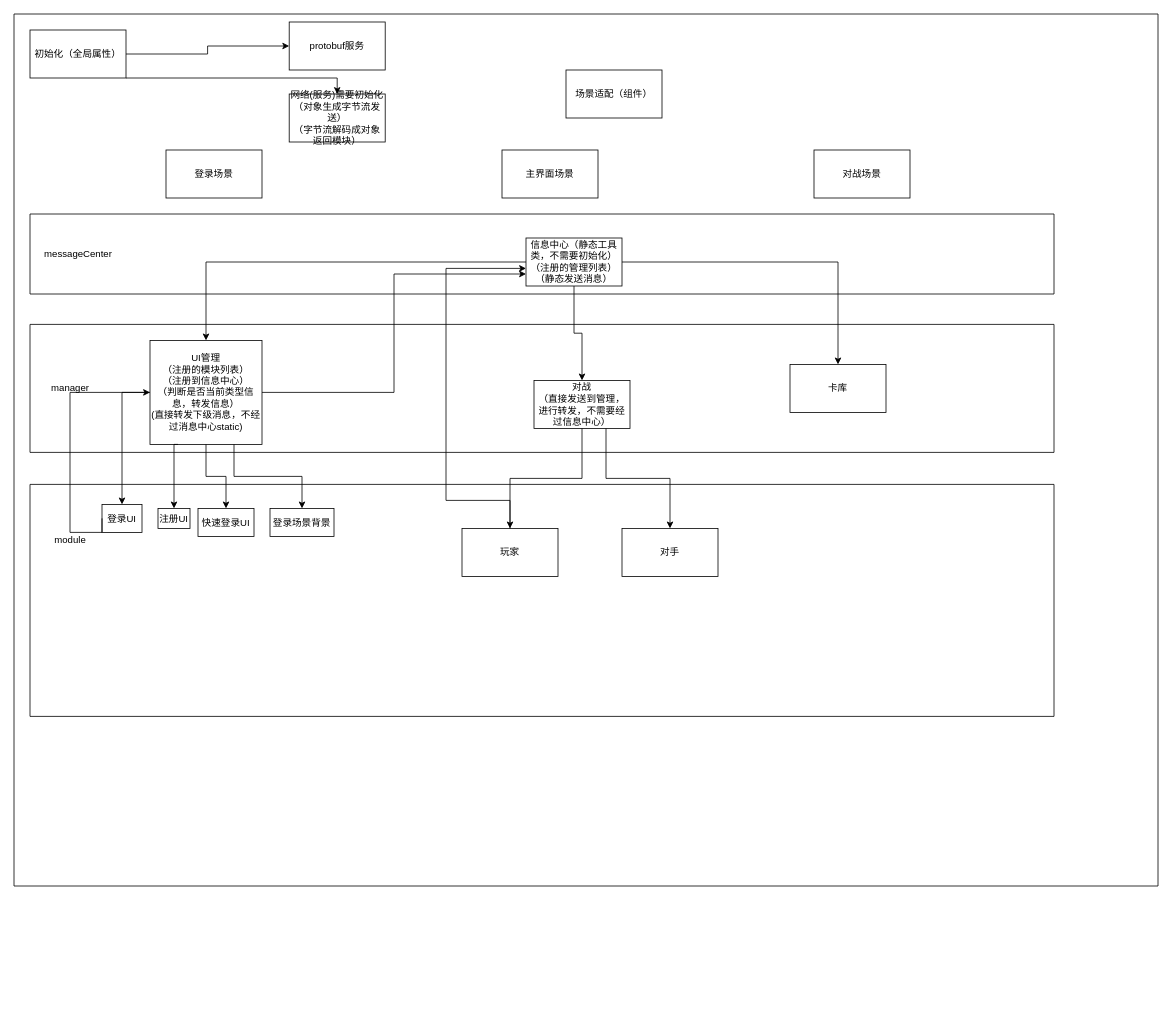
The draw.io diagram page "整体框架" (4 of 4) of Untitled Diagram.drawio in 605682883/flowPhoto, before the edit. Source tidied: cells renumbered, new cells numbered last; positions are measured from the earlier drawing's top-left corner, leaving out a move shared by most shapes. Both pictures are drawn from the tidied source at 80%, with x=0, y=0 at pixel (14, 14).
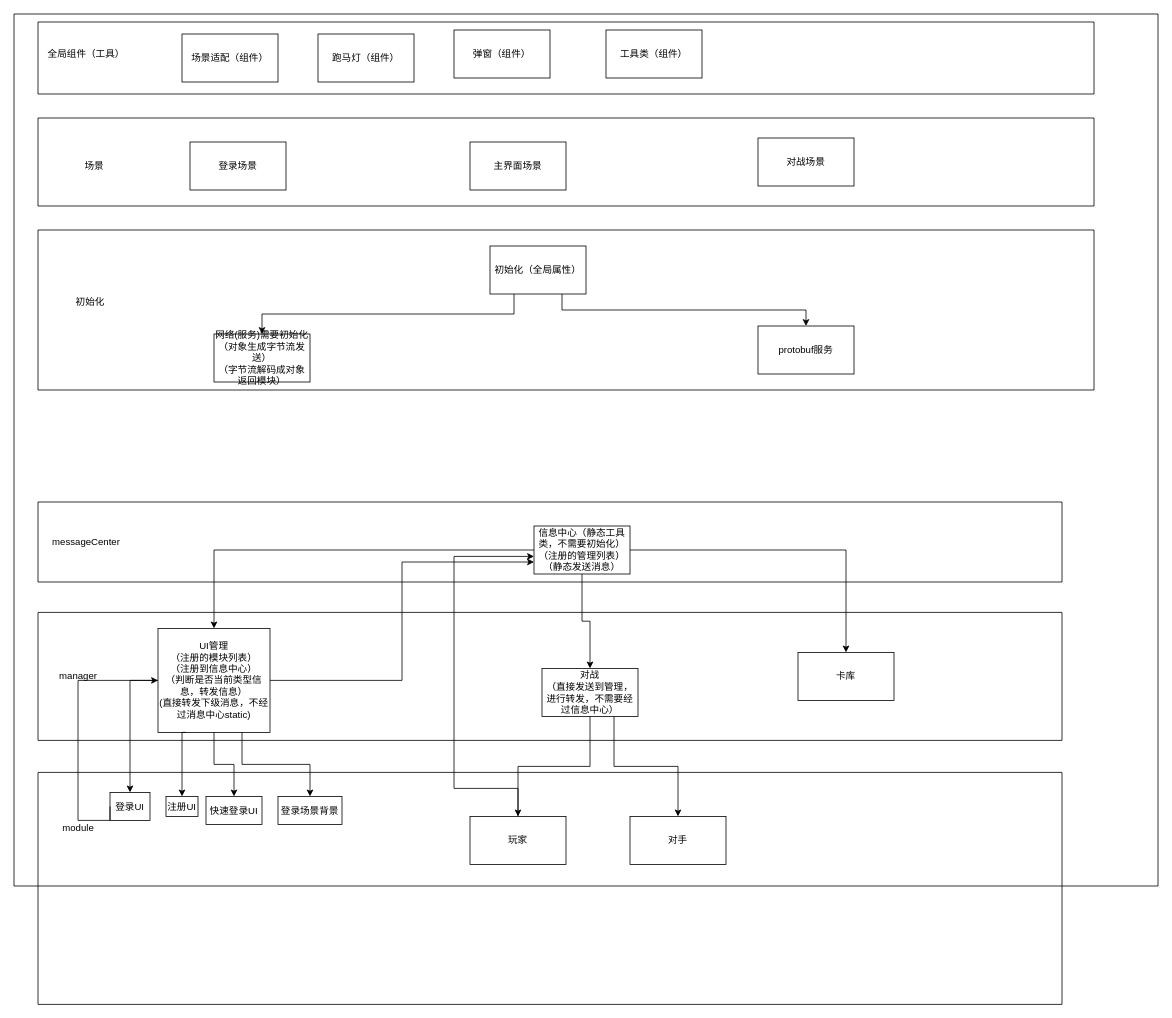
Above is the later version.

Unchanged cells that the change refers to:
```xml
<mxCell id="2" style="swimlane;startSize=0;" parent="1" vertex="1">
  <mxGeometry width="1430" height="1090" as="geometry" />
</mxCell>
<mxCell id="15" value="信息中心（静态工具类，不需要初始化）&lt;br&gt;（注册的管理列表）&lt;br&gt;（静态发送消息）" style="rounded=0;whiteSpace=wrap;html=1;" parent="14" vertex="1">
  <mxGeometry x="620" y="30" width="120" height="60" as="geometry" />
</mxCell>
<mxCell id="19" value="UI管理&lt;br&gt;（注册的模块列表）&lt;br&gt;（注册到信息中心）&lt;br&gt;（判断是否当前类型信息，转发信息）&lt;br&gt;(直接转发下级消息，不经过消息中心static)" style="rounded=0;whiteSpace=wrap;html=1;" parent="18" vertex="1">
  <mxGeometry x="150" y="20" width="140" height="130" as="geometry" />
</mxCell>
<mxCell id="30" value="登录UI" style="rounded=0;whiteSpace=wrap;html=1;" parent="29" vertex="1">
  <mxGeometry x="90" y="25" width="50" height="35" as="geometry" />
</mxCell>
<mxCell id="31" value="注册UI" style="rounded=0;whiteSpace=wrap;html=1;" parent="29" vertex="1">
  <mxGeometry x="160" y="30" width="40" height="25" as="geometry" />
</mxCell>
```

What changed in the source:
```diff
@@
-    <mxCell id="3" value="初始化（全局属性）" style="whiteSpace=wrap;html=1;" parent="2" vertex="1">
-      <mxGeometry x="20" y="20" width="120" height="60" as="geometry" />
-    </mxCell>
     <mxCell id="4" value="玩家" style="rounded=0;whiteSpace=wrap;html=1;" parent="2" vertex="1">
-      <mxGeometry x="560" y="643" width="120" height="60" as="geometry" />
+      <mxGeometry x="570" y="1003" width="120" height="60" as="geometry" />
     </mxCell>
     <mxCell id="5" value="对手" style="rounded=0;whiteSpace=wrap;html=1;" parent="2" vertex="1">
-      <mxGeometry x="760" y="643" width="120" height="60" as="geometry" />
+      <mxGeometry x="770" y="1003" width="120" height="60" as="geometry" />
     </mxCell>
-    <mxCell id="6" value="登录场景" style="rounded=0;whiteSpace=wrap;html=1;" parent="2" vertex="1">
-      <mxGeometry x="190" y="170" width="120" height="60" as="geometry" />
-    </mxCell>
-    <mxCell id="7" value="对战场景" style="rounded=0;whiteSpace=wrap;html=1;" parent="2" vertex="1">
-      <mxGeometry x="1000" y="170" width="120" height="60" as="geometry" />
-    </mxCell>
-    <mxCell id="8" value="主界面场景" style="rounded=0;whiteSpace=wrap;html=1;" parent="2" vertex="1">
-      <mxGeometry x="610" y="170" width="120" height="60" as="geometry" />
-    </mxCell>
-    <mxCell id="9" value="网络(服务)需要初始化&lt;br&gt;（对象生成字节流发送）&lt;br&gt;（字节流解码成对象返回模块）" style="rounded=0;whiteSpace=wrap;html=1;" parent="2" vertex="1">
-      <mxGeometry x="344" y="100" width="120" height="60" as="geometry" />
-    </mxCell>
-    <mxCell id="10" style="edgeStyle=orthogonalEdgeStyle;rounded=0;jettySize=auto;html=1;" parent="2" edge="1" source="3" target="9">
-      <mxGeometry relative="1" as="geometry">
-        <Array as="points">
-          <mxPoint x="404" y="80" />
-        </Array>
-      </mxGeometry>
-    </mxCell>
-    <mxCell id="11" value="protobuf服务" style="whiteSpace=wrap;html=1;" parent="2" vertex="1">
-      <mxGeometry x="344" y="10" width="120" height="60" as="geometry" />
-    </mxCell>
-    <mxCell id="12" style="edgeStyle=orthogonalEdgeStyle;rounded=0;jettySize=auto;html=1;" parent="2" edge="1" source="3" target="11">
-      <mxGeometry relative="1" as="geometry" />
-    </mxCell>
-    <mxCell id="13" value="场景适配（组件）" style="rounded=0;whiteSpace=wrap;html=1;" parent="2" vertex="1">
-      <mxGeometry x="690" y="70" width="120" height="60" as="geometry" />
-    </mxCell>
     <mxCell id="14" style="swimlane;startSize=0;" parent="2" vertex="1">
-      <mxGeometry x="20" y="250" width="1280" height="100" as="geometry" />
+      <mxGeometry x="30" y="610" width="1280" height="100" as="geometry" />
     </mxCell>
@@
     <mxCell id="17" style="edgeStyle=orthogonalEdgeStyle;rounded=0;jettySize=auto;html=1;" parent="2" edge="1" source="4" target="15">
       <mxGeometry relative="1" as="geometry">
         <Array as="points">
-          <mxPoint x="540" y="608" />
-          <mxPoint x="540" y="318" />
+          <mxPoint x="550" y="968" />
+          <mxPoint x="550" y="678" />
         </Array>
       </mxGeometry>
     </mxCell>
     <mxCell id="18" style="swimlane;startSize=0;" parent="2" vertex="1">
-      <mxGeometry x="20" y="388" width="1280" height="160" as="geometry" />
+      <mxGeometry x="30" y="748" width="1280" height="160" as="geometry" />
     </mxCell>
@@
     <mxCell id="29" style="swimlane;startSize=0;" parent="2" vertex="1">
-      <mxGeometry x="20" y="588" width="1280" height="290" as="geometry" />
+      <mxGeometry x="30" y="948" width="1280" height="290" as="geometry" />
     </mxCell>
@@
     <mxCell id="36" style="edgeStyle=orthogonalEdgeStyle;rounded=0;jettySize=auto;html=1;entryX=0;entryY=0.5;entryDx=0;entryDy=0;exitX=0;exitY=0.5;exitDx=0;exitDy=0;" parent="2" edge="1" source="30" target="19">
       <mxGeometry relative="1" as="geometry">
         <Array as="points">
-          <mxPoint x="110" y="648" />
-          <mxPoint x="70" y="648" />
-          <mxPoint x="70" y="473" />
+          <mxPoint x="120" y="1008" />
+          <mxPoint x="80" y="1008" />
+          <mxPoint x="80" y="833" />
         </Array>
       </mxGeometry>
     </mxCell>
     <mxCell id="37" style="edgeStyle=orthogonalEdgeStyle;rounded=0;jettySize=auto;html=1;exitX=0.25;exitY=1;exitDx=0;exitDy=0;" parent="2" edge="1" source="19" target="31">
       <mxGeometry relative="1" as="geometry">
         <Array as="points">
-          <mxPoint x="200" y="538" />
+          <mxPoint x="210" y="898" />
         </Array>
       </mxGeometry>
     </mxCell>
@@
+    <mxCell id="40" style="swimlane;startSize=0;" parent="2" vertex="1">
+      <mxGeometry x="30" y="270" width="1320" height="200" as="geometry" />
+    </mxCell>
+    <mxCell id="10" style="edgeStyle=orthogonalEdgeStyle;rounded=0;jettySize=auto;html=1;exitX=0.25;exitY=1;exitDx=0;exitDy=0;" parent="40" edge="1" source="3" target="9">
+      <mxGeometry relative="1" as="geometry" />
+    </mxCell>
+    <mxCell id="12" style="edgeStyle=orthogonalEdgeStyle;rounded=0;jettySize=auto;html=1;exitX=0.75;exitY=1;exitDx=0;exitDy=0;entryX=0.5;entryY=0;entryDx=0;entryDy=0;" parent="40" edge="1" source="3" target="11">
+      <mxGeometry relative="1" as="geometry" />
+    </mxCell>
+    <mxCell id="3" value="初始化（全局属性）" style="whiteSpace=wrap;html=1;" parent="40" vertex="1">
+      <mxGeometry x="565" y="20" width="120" height="60" as="geometry" />
+    </mxCell>
+    <mxCell id="9" value="网络(服务)需要初始化&lt;br&gt;（对象生成字节流发送）&lt;br&gt;（字节流解码成对象返回模块）" style="rounded=0;whiteSpace=wrap;html=1;" parent="40" vertex="1">
+      <mxGeometry x="220" y="130" width="120" height="60" as="geometry" />
+    </mxCell>
+    <mxCell id="11" value="protobuf服务" style="whiteSpace=wrap;html=1;" parent="40" vertex="1">
+      <mxGeometry x="900" y="120" width="120" height="60" as="geometry" />
+    </mxCell>
+    <mxCell id="41" value="初始化" style="text;html=1;align=center;verticalAlign=middle;strokeColor=none;fillColor=none;" parent="40" vertex="1">
+      <mxGeometry x="40" y="80" width="50" height="20" as="geometry" />
+    </mxCell>
+    <mxCell id="42" style="swimlane;startSize=0;" parent="2" vertex="1">
+      <mxGeometry x="30" y="130" width="1320" height="110" as="geometry" />
+    </mxCell>
+    <mxCell id="6" value="登录场景" style="rounded=0;whiteSpace=wrap;html=1;" parent="42" vertex="1">
+      <mxGeometry x="190" y="30" width="120" height="60" as="geometry" />
+    </mxCell>
+    <mxCell id="8" value="主界面场景" style="rounded=0;whiteSpace=wrap;html=1;" parent="42" vertex="1">
+      <mxGeometry x="540" y="30" width="120" height="60" as="geometry" />
+    </mxCell>
+    <mxCell id="7" value="对战场景" style="rounded=0;whiteSpace=wrap;html=1;" parent="42" vertex="1">
+      <mxGeometry x="900" y="25" width="120" height="60" as="geometry" />
+    </mxCell>
+    <mxCell id="43" value="场景" style="text;html=1;align=center;verticalAlign=middle;strokeColor=none;fillColor=none;" parent="42" vertex="1">
+      <mxGeometry x="50" y="50" width="40" height="20" as="geometry" />
+    </mxCell>
+    <mxCell id="44" style="swimlane;startSize=0;" parent="2" vertex="1">
+      <mxGeometry x="30" y="10" width="1320" height="90" as="geometry" />
+    </mxCell>
+    <mxCell id="45" value="全局组件（工具）" style="text;html=1;align=center;verticalAlign=middle;strokeColor=none;fillColor=none;" parent="44" vertex="1">
+      <mxGeometry x="5" y="30" width="110" height="20" as="geometry" />
+    </mxCell>
+    <mxCell id="13" value="场景适配（组件）" style="rounded=0;whiteSpace=wrap;html=1;" parent="44" vertex="1">
+      <mxGeometry x="180" y="15" width="120" height="60" as="geometry" />
+    </mxCell>
+    <mxCell id="46" value="跑马灯（组件）" style="rounded=0;whiteSpace=wrap;html=1;" parent="44" vertex="1">
+      <mxGeometry x="350" y="15" width="120" height="60" as="geometry" />
+    </mxCell>
+    <mxCell id="47" value="弹窗（组件）" style="rounded=0;whiteSpace=wrap;html=1;" parent="44" vertex="1">
+      <mxGeometry x="520" y="10" width="120" height="60" as="geometry" />
+    </mxCell>
+    <mxCell id="48" value="工具类（组件）" style="rounded=0;whiteSpace=wrap;html=1;" parent="44" vertex="1">
+      <mxGeometry x="710" y="10" width="120" height="60" as="geometry" />
+    </mxCell>
```
